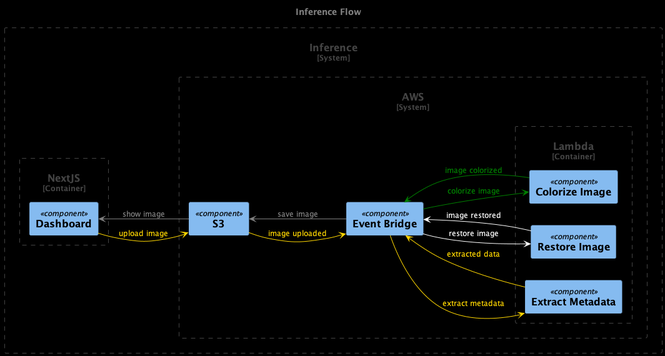
Above: planning/inference-flow.png in maxamed1st/restoreai (PlantUML), before the change.
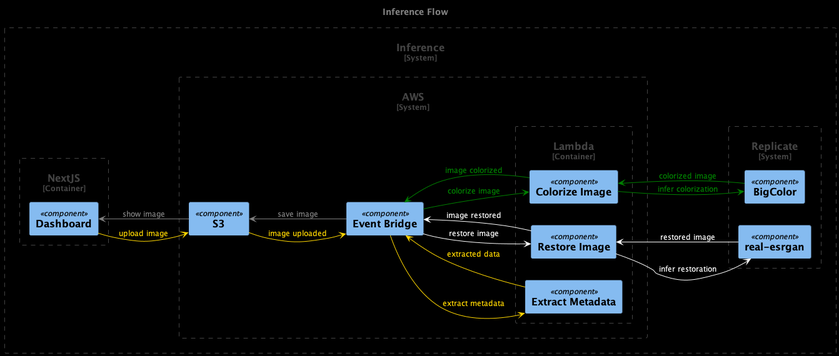
The same file after the commit.

Commit message:
planning/ add inference to the diagram

Diff of the diagram source:
```diff
@@ -32,6 +32,11 @@
   Component(evt, "Event Bridge")
   }
 
+  System_Boundary(replicate, "Replicate") {
+    Component(restoration, "real-esrgan")
+    Component(colorization, "BigColor")
+  }
+
   dashboard --> s3: "upload image"
   s3 --> evt: "image uploaded"
   evt --> extract: "extract metadata"
@@ -40,11 +45,15 @@
   skinparam DefaultFontColor white
   skinparam ArrowColor white
   evt --> restore: "restore image"
+  restore --> restoration: "infer restoration"
+  restore <-- restoration: "restored image"
   restore --> evt: "image restored"
 
   skinparam DefaultFontColor green
   skinparam ArrowColor green
   evt --> colorize: "colorize image"
+  colorize --> colorization: "infer colorization"
+  colorize <-- colorization: "colorized image"
   colorize --> evt: "image colorized"
 
   skinparam DefaultFontColor gray
```
